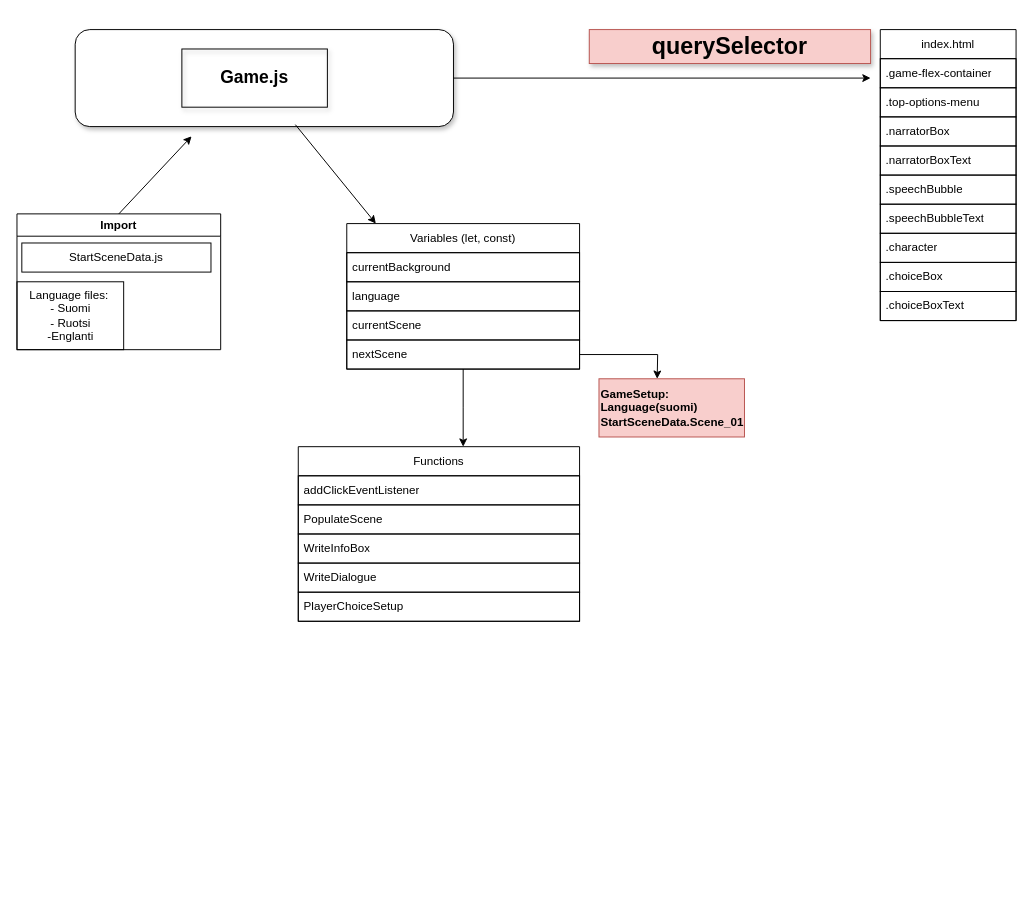
Earlier version of the draw.io diagram Aklinikka.drawio (Sussuh/AklinikkaGame). Source tidied: cells renumbered, new cells numbered last; positions are measured from the earlier drawing's top-left corner, leaving out a move shared by most shapes. Both pictures are drawn from the tidied source at 97%, with x=0, y=0 at pixel (16, 29).
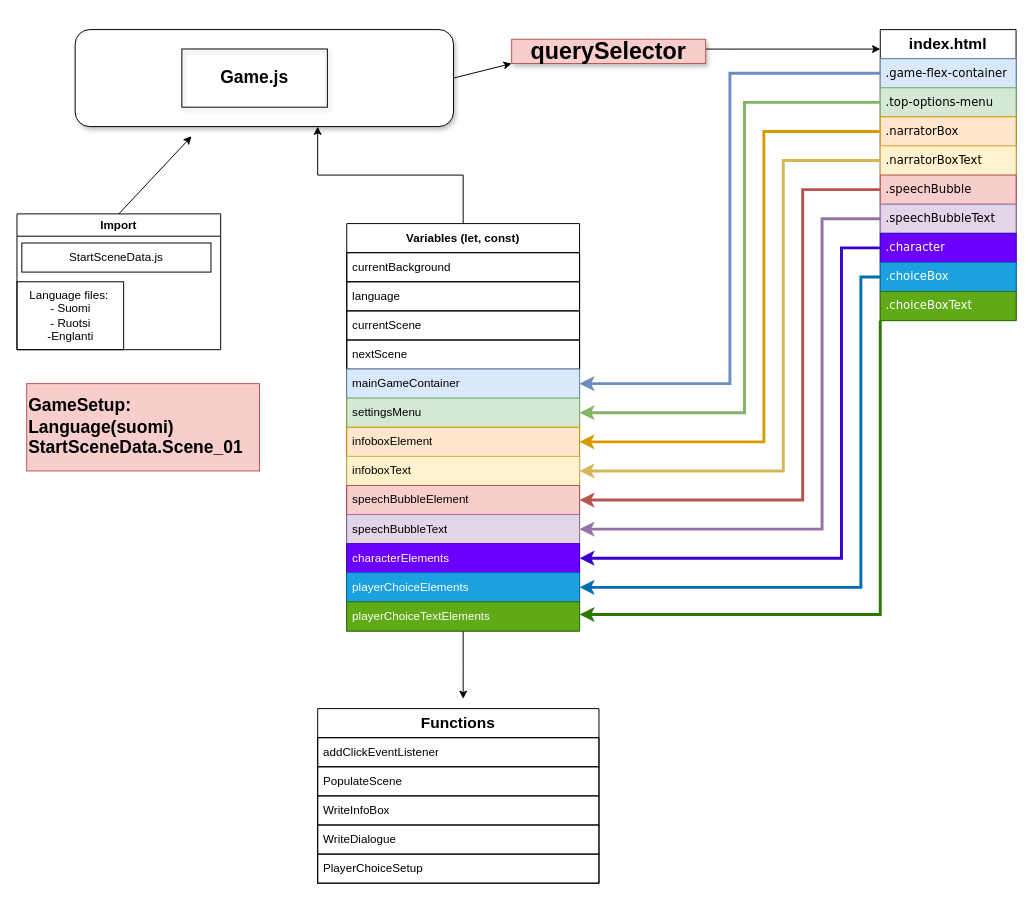
The same diagram, later.

Unchanged cells that the change refers to:
```xml
<mxCell id="5" style="rounded=1;whiteSpace=wrap;html=1;shadow=1;" parent="1" vertex="1">
  <mxGeometry x="60" width="390" height="100" as="geometry" />
</mxCell>
<mxCell id="26" value="nextScene" style="text;strokeColor=default;fillColor=none;align=left;verticalAlign=middle;spacingLeft=4;spacingRight=4;overflow=hidden;points=[[0,0.5],[1,0.5]];portConstraint=eastwest;whiteSpace=wrap;html=1;" parent="21" vertex="1">
  <mxGeometry y="120" width="240" height="30" as="geometry" />
</mxCell>
```

Diff of the diagram source:
```diff
@@
-    <mxCell id="8" style="endArrow=classic;html=1;rounded=0;" parent="1" edge="1">
+    <mxCell id="8" style="endArrow=classic;html=1;rounded=0;entryX=0;entryY=1;entryDx=0;entryDy=0;" parent="1" edge="1" target="9">
       <mxGeometry relative="1" as="geometry">
         <mxPoint x="450" y="50" as="sourcePoint" />
-        <mxPoint x="880" y="50" as="targetPoint" />
       </mxGeometry>
     </mxCell>
+    <mxCell id="35" style="edgeStyle=orthogonalEdgeStyle;rounded=0;jettySize=auto;html=1;entryX=0;entryY=0.067;entryDx=0;entryDy=0;entryPerimeter=0;" parent="1" edge="1" source="9" target="10">
+      <mxGeometry relative="1" as="geometry">
+        <Array as="points">
+          <mxPoint x="740" y="20" />
+        </Array>
+      </mxGeometry>
+    </mxCell>
-    <mxCell id="9" value="&lt;h1&gt;querySelector&lt;/h1&gt;" style="text;html=1;strokeColor=#b85450;fillColor=#f8cecc;align=center;verticalAlign=middle;whiteSpace=wrap;rounded=0;shadow=1;" parent="1" vertex="1">
-      <mxGeometry x="590" width="290" height="35" as="geometry" />
+    <mxCell id="9" value="&lt;h1&gt;querySelector&lt;/h1&gt;" style="text;html=1;strokeColor=#b85450;fillColor=#f8cecc;align=center;verticalAlign=middle;whiteSpace=wrap;rounded=0;shadow=1;labelBackgroundColor=none;" parent="1" vertex="1">
+      <mxGeometry x="510" y="10" width="200" height="25" as="geometry" />
     </mxCell>
-    <mxCell id="10" value="index.html" style="swimlane;fontStyle=0;horizontal=1;startSize=30;whiteSpace=wrap;html=1;" parent="1" vertex="1">
+    <mxCell id="10" value="&lt;b&gt;&lt;font style=&quot;font-size: 16px;&quot;&gt;index.html&lt;/font&gt;&lt;/b&gt;" style="swimlane;fontStyle=0;horizontal=1;startSize=30;whiteSpace=wrap;html=1;" parent="1" vertex="1">
       <mxGeometry x="890" width="140" height="300" as="geometry" />
     </mxCell>
-    <mxCell id="11" value=".game-flex-container" style="text;strokeColor=default;fillColor=none;align=left;verticalAlign=middle;spacingLeft=4;spacingRight=4;overflow=hidden;points=[[0,0.5],[1,0.5]];portConstraint=eastwest;whiteSpace=wrap;html=1;" parent="10" vertex="1">
+    <mxCell id="11" value=".game-flex-container" style="text;strokeColor=#6c8ebf;fillColor=#dae8fc;align=left;verticalAlign=middle;spacingLeft=4;spacingRight=4;overflow=hidden;points=[[0,0.5],[1,0.5]];portConstraint=eastwest;whiteSpace=wrap;html=1;fontFamily=Verdana;" parent="10" vertex="1">
       <mxGeometry y="30" width="140" height="30" as="geometry" />
     </mxCell>
-    <mxCell id="12" value=".top-options-menu" style="text;strokeColor=default;fillColor=none;align=left;verticalAlign=middle;spacingLeft=4;spacingRight=4;overflow=hidden;points=[[0,0.5],[1,0.5]];portConstraint=eastwest;whiteSpace=wrap;html=1;" parent="10" vertex="1">
+    <mxCell id="12" value=".top-options-menu" style="text;strokeColor=#82b366;fillColor=#d5e8d4;align=left;verticalAlign=middle;spacingLeft=4;spacingRight=4;overflow=hidden;points=[[0,0.5],[1,0.5]];portConstraint=eastwest;whiteSpace=wrap;html=1;fontFamily=Verdana;" parent="10" vertex="1">
       <mxGeometry y="60" width="140" height="30" as="geometry" />
     </mxCell>
-    <mxCell id="13" value=".narratorBox" style="text;strokeColor=default;fillColor=none;align=left;verticalAlign=middle;spacingLeft=4;spacingRight=4;overflow=hidden;points=[[0,0.5],[1,0.5]];portConstraint=eastwest;whiteSpace=wrap;html=1;" parent="10" vertex="1">
+    <mxCell id="13" value=".narratorBox" style="text;strokeColor=#d79b00;fillColor=#ffe6cc;align=left;verticalAlign=middle;spacingLeft=4;spacingRight=4;overflow=hidden;points=[[0,0.5],[1,0.5]];portConstraint=eastwest;whiteSpace=wrap;html=1;fontFamily=Verdana;" parent="10" vertex="1">
       <mxGeometry y="90" width="140" height="30" as="geometry" />
     </mxCell>
-    <mxCell id="14" value=".narratorBoxText" style="text;strokeColor=default;fillColor=none;align=left;verticalAlign=middle;spacingLeft=4;spacingRight=4;overflow=hidden;points=[[0,0.5],[1,0.5]];portConstraint=eastwest;whiteSpace=wrap;html=1;" parent="10" vertex="1">
+    <mxCell id="14" value=".narratorBoxText" style="text;strokeColor=#d6b656;fillColor=#fff2cc;align=left;verticalAlign=middle;spacingLeft=4;spacingRight=4;overflow=hidden;points=[[0,0.5],[1,0.5]];portConstraint=eastwest;whiteSpace=wrap;html=1;fontFamily=Verdana;" parent="10" vertex="1">
       <mxGeometry y="120" width="140" height="30" as="geometry" />
     </mxCell>
-    <mxCell id="15" value=".speechBubble" style="text;strokeColor=default;fillColor=none;align=left;verticalAlign=middle;spacingLeft=4;spacingRight=4;overflow=hidden;points=[[0,0.5],[1,0.5]];portConstraint=eastwest;whiteSpace=wrap;html=1;" parent="10" vertex="1">
+    <mxCell id="15" value=".speechBubble" style="text;strokeColor=#b85450;fillColor=#f8cecc;align=left;verticalAlign=middle;spacingLeft=4;spacingRight=4;overflow=hidden;points=[[0,0.5],[1,0.5]];portConstraint=eastwest;whiteSpace=wrap;html=1;fontFamily=Verdana;" parent="10" vertex="1">
       <mxGeometry y="150" width="140" height="30" as="geometry" />
     </mxCell>
-    <mxCell id="16" value=".speechBubbleText" style="text;strokeColor=default;fillColor=none;align=left;verticalAlign=middle;spacingLeft=4;spacingRight=4;overflow=hidden;points=[[0,0.5],[1,0.5]];portConstraint=eastwest;whiteSpace=wrap;html=1;" parent="10" vertex="1">
+    <mxCell id="16" value=".speechBubbleText" style="text;strokeColor=#9673a6;fillColor=#e1d5e7;align=left;verticalAlign=middle;spacingLeft=4;spacingRight=4;overflow=hidden;points=[[0,0.5],[1,0.5]];portConstraint=eastwest;whiteSpace=wrap;html=1;fontFamily=Verdana;" parent="10" vertex="1">
       <mxGeometry y="180" width="140" height="30" as="geometry" />
     </mxCell>
-    <mxCell id="17" value=".character" style="text;strokeColor=default;fillColor=none;align=left;verticalAlign=middle;spacingLeft=4;spacingRight=4;overflow=hidden;points=[[0,0.5],[1,0.5]];portConstraint=eastwest;whiteSpace=wrap;html=1;" parent="10" vertex="1">
+    <mxCell id="17" value=".character" style="text;strokeColor=#3700CC;fillColor=#6a00ff;align=left;verticalAlign=middle;spacingLeft=4;spacingRight=4;overflow=hidden;points=[[0,0.5],[1,0.5]];portConstraint=eastwest;whiteSpace=wrap;html=1;fontColor=#ffffff;fontFamily=Verdana;" parent="10" vertex="1">
       <mxGeometry y="210" width="140" height="30" as="geometry" />
     </mxCell>
-    <mxCell id="18" value=".choiceBox" style="text;strokeColor=default;fillColor=none;align=left;verticalAlign=middle;spacingLeft=4;spacingRight=4;overflow=hidden;points=[[0,0.5],[1,0.5]];portConstraint=eastwest;whiteSpace=wrap;html=1;" parent="10" vertex="1">
+    <mxCell id="18" value=".choiceBox" style="text;strokeColor=#006EAF;fillColor=#1ba1e2;align=left;verticalAlign=middle;spacingLeft=4;spacingRight=4;overflow=hidden;points=[[0,0.5],[1,0.5]];portConstraint=eastwest;whiteSpace=wrap;html=1;fontColor=#ffffff;fontFamily=Verdana;" parent="10" vertex="1">
       <mxGeometry y="240" width="140" height="30" as="geometry" />
     </mxCell>
-    <mxCell id="19" value=".choiceBoxText" style="text;strokeColor=default;fillColor=none;align=left;verticalAlign=middle;spacingLeft=4;spacingRight=4;overflow=hidden;whiteSpace=wrap;html=1;" parent="10" vertex="1">
+    <mxCell id="19" value=".choiceBoxText" style="text;strokeColor=#2D7600;fillColor=#60a917;align=left;verticalAlign=middle;spacingLeft=4;spacingRight=4;overflow=hidden;whiteSpace=wrap;html=1;fontColor=#ffffff;fontFamily=Verdana;" parent="10" vertex="1">
       <mxGeometry y="270" width="140" height="30" as="geometry" />
     </mxCell>
-    <mxCell id="20" style="edgeStyle=orthogonalEdgeStyle;rounded=0;jettySize=auto;html=1;" parent="1" edge="1" source="21">
-      <mxGeometry relative="1" as="geometry">
-        <mxPoint x="460" y="430" as="targetPoint" />
-      </mxGeometry>
-    </mxCell>
+    <mxCell id="36" style="edgeStyle=orthogonalEdgeStyle;rounded=0;jettySize=auto;html=1;" parent="1" edge="1" source="21">
+      <mxGeometry relative="1" as="geometry">
+        <mxPoint x="460" y="690" as="targetPoint" />
+      </mxGeometry>
+    </mxCell>
+    <mxCell id="37" style="edgeStyle=orthogonalEdgeStyle;rounded=0;jettySize=auto;html=1;entryX=0.641;entryY=1;entryDx=0;entryDy=0;entryPerimeter=0;" parent="1" edge="1" source="21" target="5">
+      <mxGeometry relative="1" as="geometry" />
+    </mxCell>
-    <mxCell id="21" value="Variables (let, const)" style="swimlane;fontStyle=0;horizontal=1;startSize=30;whiteSpace=wrap;html=1;" parent="1" vertex="1">
-      <mxGeometry x="340" y="200" width="240" height="150" as="geometry" />
+    <mxCell id="21" value="&lt;b&gt;Variables (let, const)&lt;/b&gt;" style="swimlane;fontStyle=0;horizontal=1;startSize=30;whiteSpace=wrap;html=1;" parent="1" vertex="1">
+      <mxGeometry x="340" y="200" width="240" height="420" as="geometry" />
     </mxCell>
@@
-    <mxCell id="25" style="edgeStyle=orthogonalEdgeStyle;rounded=0;jettySize=auto;html=1;" parent="21" edge="1" source="26">
-      <mxGeometry relative="1" as="geometry">
-        <mxPoint x="320" y="160" as="targetPoint" />
-      </mxGeometry>
-    </mxCell>
@@
-    <mxCell id="27" style="endArrow=classic;html=1;rounded=0;exitX=0.582;exitY=0.98;exitDx=0;exitDy=0;exitPerimeter=0;" parent="1" edge="1" source="5">
-      <mxGeometry relative="1" as="geometry">
-        <mxPoint x="370" y="200" as="targetPoint" />
-      </mxGeometry>
-    </mxCell>
+    <mxCell id="38" value="mainGameContainer" style="text;strokeColor=#6c8ebf;fillColor=#dae8fc;align=left;verticalAlign=middle;spacingLeft=4;spacingRight=4;overflow=hidden;points=[[0,0.5],[1,0.5]];portConstraint=eastwest;whiteSpace=wrap;html=1;" parent="21" vertex="1">
+      <mxGeometry y="150" width="240" height="30" as="geometry" />
+    </mxCell>
+    <mxCell id="39" value="settingsMenu" style="text;strokeColor=#82b366;fillColor=#d5e8d4;align=left;verticalAlign=middle;spacingLeft=4;spacingRight=4;overflow=hidden;points=[[0,0.5],[1,0.5]];portConstraint=eastwest;whiteSpace=wrap;html=1;" parent="21" vertex="1">
+      <mxGeometry y="180" width="240" height="30" as="geometry" />
+    </mxCell>
+    <mxCell id="40" value="infoboxElement" style="text;strokeColor=#d79b00;fillColor=#ffe6cc;align=left;verticalAlign=middle;spacingLeft=4;spacingRight=4;overflow=hidden;points=[[0,0.5],[1,0.5]];portConstraint=eastwest;whiteSpace=wrap;html=1;" parent="21" vertex="1">
+      <mxGeometry y="210" width="240" height="30" as="geometry" />
+    </mxCell>
+    <mxCell id="41" value="infoboxText" style="text;strokeColor=#d6b656;fillColor=#fff2cc;align=left;verticalAlign=middle;spacingLeft=4;spacingRight=4;overflow=hidden;points=[[0,0.5],[1,0.5]];portConstraint=eastwest;whiteSpace=wrap;html=1;" parent="21" vertex="1">
+      <mxGeometry y="240" width="240" height="30" as="geometry" />
+    </mxCell>
+    <mxCell id="42" value="speechBubbleElement" style="text;strokeColor=#b85450;fillColor=#f8cecc;align=left;verticalAlign=middle;spacingLeft=4;spacingRight=4;overflow=hidden;points=[[0,0.5],[1,0.5]];portConstraint=eastwest;whiteSpace=wrap;html=1;" parent="21" vertex="1">
+      <mxGeometry y="270" width="240" height="30" as="geometry" />
+    </mxCell>
+    <mxCell id="43" value="speechBubbleText" style="text;strokeColor=#9673a6;fillColor=#e1d5e7;align=left;verticalAlign=middle;spacingLeft=4;spacingRight=4;overflow=hidden;points=[[0,0.5],[1,0.5]];portConstraint=eastwest;whiteSpace=wrap;html=1;" parent="21" vertex="1">
+      <mxGeometry y="300" width="240" height="30" as="geometry" />
+    </mxCell>
+    <mxCell id="44" value="characterElements" style="text;strokeColor=#3700CC;fillColor=#6a00ff;align=left;verticalAlign=middle;spacingLeft=4;spacingRight=4;overflow=hidden;points=[[0,0.5],[1,0.5]];portConstraint=eastwest;whiteSpace=wrap;html=1;fontColor=#ffffff;" parent="21" vertex="1">
+      <mxGeometry y="330" width="240" height="30" as="geometry" />
+    </mxCell>
+    <mxCell id="45" value="playerChoiceElements" style="text;strokeColor=#006EAF;fillColor=#1ba1e2;align=left;verticalAlign=middle;spacingLeft=4;spacingRight=4;overflow=hidden;points=[[0,0.5],[1,0.5]];portConstraint=eastwest;whiteSpace=wrap;html=1;fontColor=#ffffff;" parent="21" vertex="1">
+      <mxGeometry y="360" width="240" height="30" as="geometry" />
+    </mxCell>
+    <mxCell id="46" value="playerChoiceTextElements" style="text;strokeColor=#2D7600;fillColor=#60a917;align=left;verticalAlign=middle;spacingLeft=4;spacingRight=4;overflow=hidden;whiteSpace=wrap;html=1;fontColor=#ffffff;" parent="21" vertex="1">
+      <mxGeometry y="390" width="240" height="30" as="geometry" />
+    </mxCell>
-    <mxCell id="28" value="Functions" style="swimlane;fontStyle=0;horizontal=1;startSize=30;whiteSpace=wrap;html=1;" parent="1" vertex="1">
-      <mxGeometry x="290" y="430" width="290" height="180" as="geometry" />
+    <mxCell id="28" value="&lt;b&gt;&lt;font style=&quot;font-size: 16px;&quot;&gt;Functions&lt;/font&gt;&lt;/b&gt;" style="swimlane;fontStyle=0;horizontal=1;startSize=30;whiteSpace=wrap;html=1;" parent="1" vertex="1">
+      <mxGeometry x="310" y="700" width="290" height="180" as="geometry" />
     </mxCell>
@@
-    <mxCell id="34" value="GameSetup:&lt;br&gt;Language(suomi)&lt;br&gt;StartSceneData.Scene_01" style="text;html=1;strokeColor=#b85450;fillColor=#f8cecc;align=left;verticalAlign=middle;whiteSpace=wrap;rounded=0;shadow=0;fontStyle=1;" parent="1" vertex="1">
-      <mxGeometry x="600" y="360" width="150" height="60" as="geometry" />
+    <mxCell id="34" value="&lt;font style=&quot;font-size: 18px;&quot;&gt;GameSetup:&lt;br&gt;Language(suomi)&lt;br&gt;StartSceneData.Scene_01&lt;/font&gt;" style="text;html=1;strokeColor=#b85450;fillColor=#f8cecc;align=left;verticalAlign=middle;whiteSpace=wrap;rounded=0;shadow=0;fontStyle=1;" parent="1" vertex="1">
+      <mxGeometry x="10" y="365" width="240" height="90" as="geometry" />
     </mxCell>
+    <mxCell id="47" style="edgeStyle=orthogonalEdgeStyle;rounded=0;jettySize=auto;html=1;entryX=1;entryY=0.5;entryDx=0;entryDy=0;fillColor=#dae8fc;strokeColor=#6c8ebf;strokeWidth=3;" parent="1" edge="1" source="11" target="38">
+      <mxGeometry relative="1" as="geometry" />
+    </mxCell>
+    <mxCell id="48" style="edgeStyle=orthogonalEdgeStyle;rounded=0;jettySize=auto;html=1;entryX=1;entryY=0.5;entryDx=0;entryDy=0;fillColor=#d5e8d4;strokeColor=#82b366;strokeWidth=3;" parent="1" edge="1" source="12" target="39">
+      <mxGeometry relative="1" as="geometry">
+        <Array as="points">
+          <mxPoint x="750" y="75" />
+          <mxPoint x="750" y="395" />
+        </Array>
+      </mxGeometry>
+    </mxCell>
+    <mxCell id="49" style="edgeStyle=orthogonalEdgeStyle;rounded=0;jettySize=auto;html=1;entryX=1;entryY=0.5;entryDx=0;entryDy=0;fillColor=#ffe6cc;strokeColor=#d79b00;strokeWidth=3;" parent="1" edge="1" source="13" target="40">
+      <mxGeometry relative="1" as="geometry">
+        <Array as="points">
+          <mxPoint x="770" y="105" />
+          <mxPoint x="770" y="425" />
+        </Array>
+      </mxGeometry>
+    </mxCell>
+    <mxCell id="50" style="edgeStyle=orthogonalEdgeStyle;rounded=0;jettySize=auto;html=1;fillColor=#fff2cc;strokeColor=#d6b656;strokeWidth=3;" parent="1" edge="1" source="14" target="41">
+      <mxGeometry relative="1" as="geometry">
+        <Array as="points">
+          <mxPoint x="790" y="135" />
+          <mxPoint x="790" y="455" />
+        </Array>
+      </mxGeometry>
+    </mxCell>
+    <mxCell id="51" style="edgeStyle=orthogonalEdgeStyle;rounded=0;jettySize=auto;html=1;fillColor=#f8cecc;strokeColor=#b85450;strokeWidth=3;" parent="1" edge="1" source="15" target="42">
+      <mxGeometry relative="1" as="geometry">
+        <Array as="points">
+          <mxPoint x="810" y="165" />
+          <mxPoint x="810" y="485" />
+        </Array>
+      </mxGeometry>
+    </mxCell>
+    <mxCell id="52" style="edgeStyle=orthogonalEdgeStyle;rounded=0;jettySize=auto;html=1;fillColor=#e1d5e7;strokeColor=#9673a6;strokeWidth=3;" parent="1" edge="1" source="16" target="43">
+      <mxGeometry relative="1" as="geometry">
+        <Array as="points">
+          <mxPoint x="830" y="195" />
+          <mxPoint x="830" y="515" />
+        </Array>
+      </mxGeometry>
+    </mxCell>
+    <mxCell id="53" style="edgeStyle=orthogonalEdgeStyle;rounded=0;jettySize=auto;html=1;entryX=1;entryY=0.5;entryDx=0;entryDy=0;fillColor=#6a00ff;strokeColor=#3700CC;strokeWidth=3;" parent="1" edge="1" source="17" target="44">
+      <mxGeometry relative="1" as="geometry">
+        <Array as="points">
+          <mxPoint x="850" y="225" />
+          <mxPoint x="850" y="545" />
+        </Array>
+      </mxGeometry>
+    </mxCell>
+    <mxCell id="54" style="edgeStyle=orthogonalEdgeStyle;rounded=0;jettySize=auto;html=1;entryX=1;entryY=0.5;entryDx=0;entryDy=0;fillColor=#1ba1e2;strokeColor=#006EAF;strokeWidth=3;" parent="1" edge="1" source="18" target="45">
+      <mxGeometry relative="1" as="geometry">
+        <Array as="points">
+          <mxPoint x="870" y="255" />
+          <mxPoint x="870" y="575" />
+        </Array>
+      </mxGeometry>
+    </mxCell>
+    <mxCell id="55" style="edgeStyle=orthogonalEdgeStyle;rounded=0;jettySize=auto;html=1;entryX=1;entryY=0.767;entryDx=0;entryDy=0;entryPerimeter=0;fillColor=#60a917;strokeColor=#2D7600;strokeWidth=3;exitX=0;exitY=1;exitDx=0;exitDy=0;" parent="1" edge="1" source="10">
+      <mxGeometry relative="1" as="geometry">
+        <mxPoint x="580" y="603" as="targetPoint" />
+        <Array as="points">
+          <mxPoint x="890" y="603" />
+        </Array>
+      </mxGeometry>
+    </mxCell>
```
